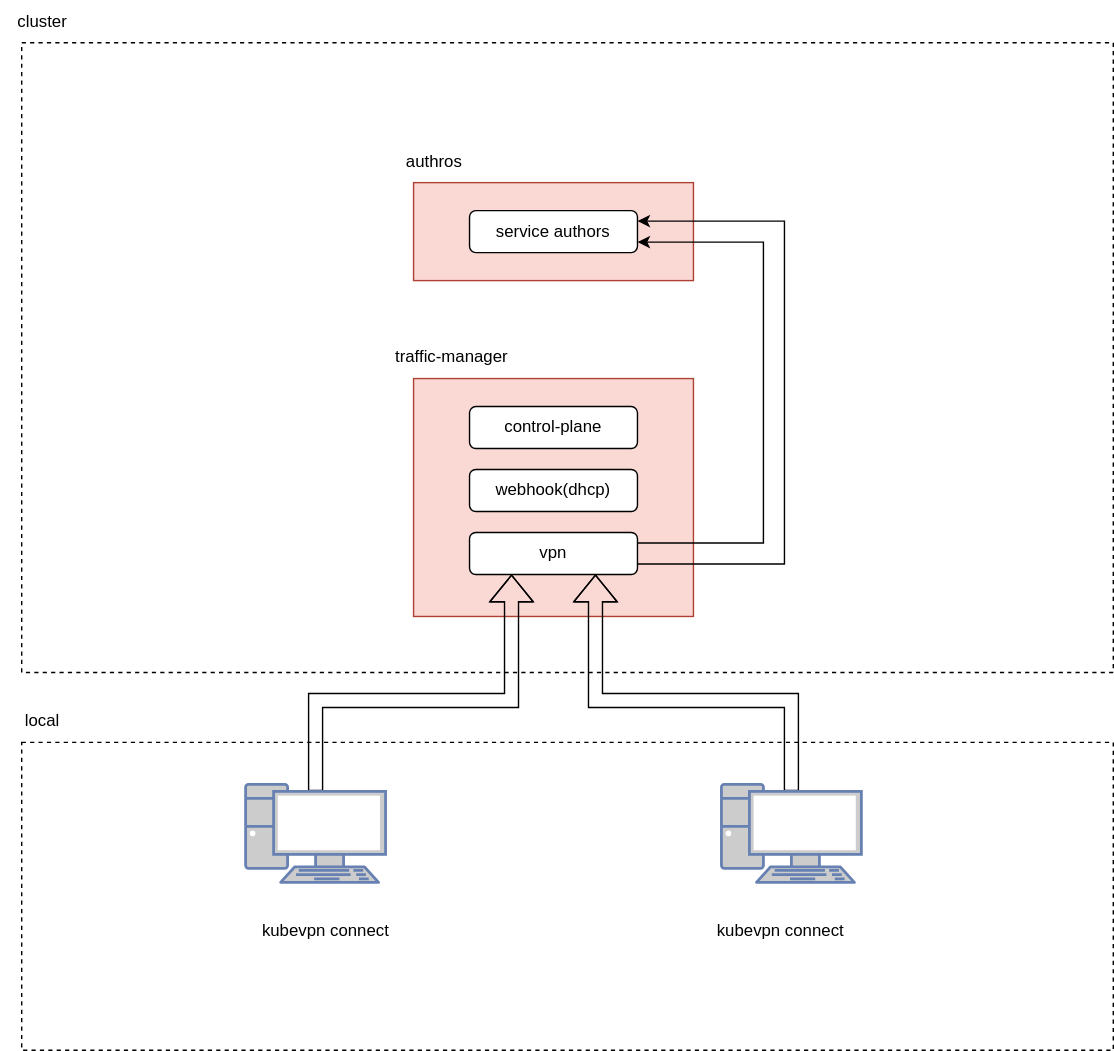
kubenetworks/kubenetworks.github.io keeps this draw.io diagram as docs/architecture/connect.svg. Above is the earlier version. Source tidied: cells renumbered, new cells last; positions are measured from the earlier drawing's top-left corner, leaving out a move shared by most shapes.
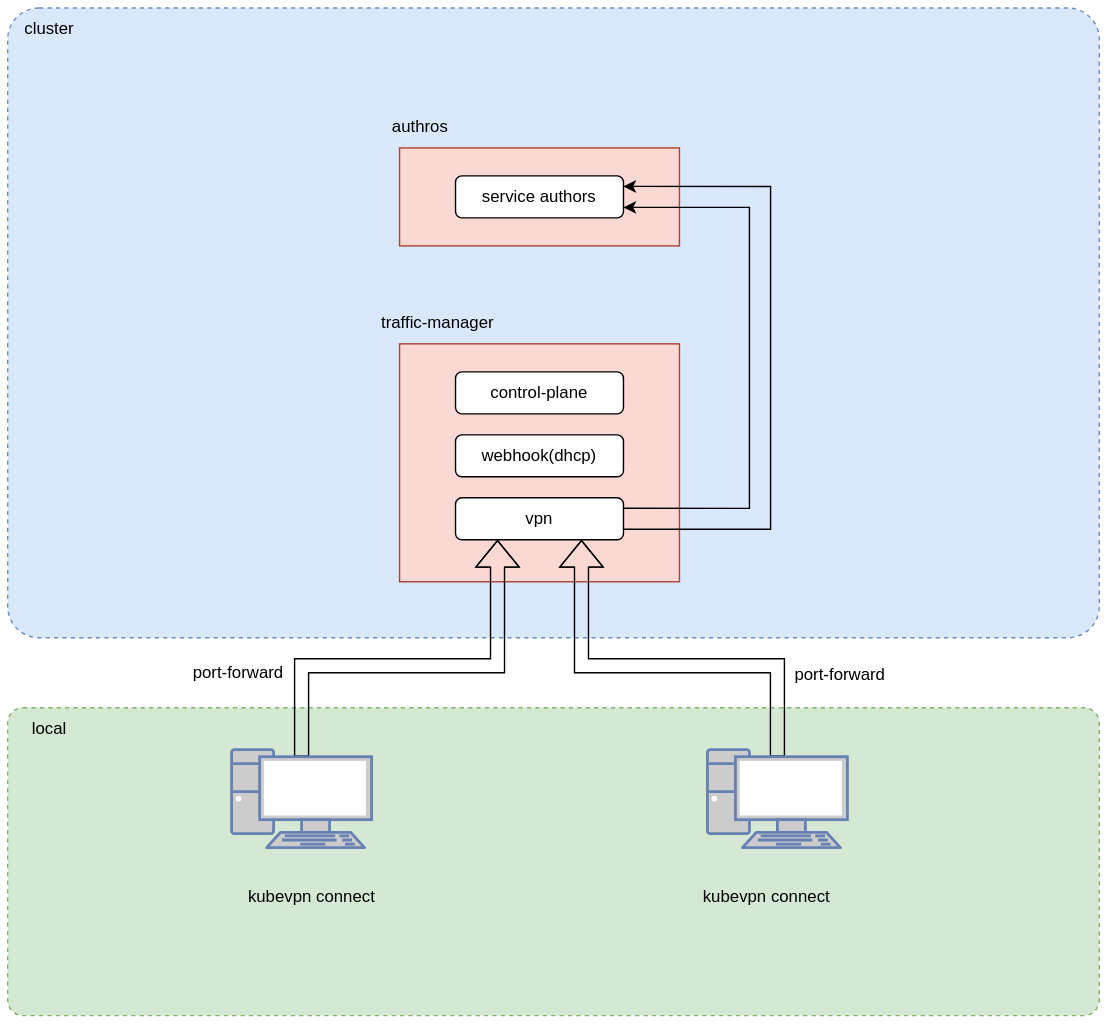
Later version of the same file.

Diff of the diagram source:
```diff
@@ -2,10 +2,10 @@
   <root>
     <mxCell id="0" />
     <mxCell id="1" parent="0" />
-    <mxCell id="2" style="rounded=0;whiteSpace=wrap;html=1;dashed=1;" parent="1" vertex="1">
+    <mxCell id="2" style="rounded=1;whiteSpace=wrap;html=1;dashed=1;fillColor=#d5e8d4;strokeColor=#82b366;arcSize=5;" parent="1" vertex="1">
       <mxGeometry x="15" y="530" width="780" height="220" as="geometry" />
     </mxCell>
-    <mxCell id="3" style="rounded=0;whiteSpace=wrap;html=1;dashed=1;" parent="1" vertex="1">
+    <mxCell id="3" style="rounded=1;whiteSpace=wrap;html=1;dashed=1;fillColor=#dae8fc;strokeColor=#6c8ebf;arcSize=5;" parent="1" vertex="1">
       <mxGeometry x="15" y="30" width="780" height="450" as="geometry" />
     </mxCell>
     <mxCell id="4" style="rounded=0;whiteSpace=wrap;html=1;fillColor=#fad9d5;strokeColor=#ae4132;" parent="1" vertex="1">
@@ -77,10 +77,16 @@
       <mxGeometry x="275" y="100" width="70" height="30" as="geometry" />
     </mxCell>
     <mxCell id="20" value="cluster" style="text;html=1;align=center;verticalAlign=middle;whiteSpace=wrap;rounded=0;" parent="1" vertex="1">
-      <mxGeometry width="60" height="30" as="geometry" />
+      <mxGeometry x="15" y="30" width="60" height="30" as="geometry" />
     </mxCell>
     <mxCell id="21" value="local" style="text;html=1;align=center;verticalAlign=middle;whiteSpace=wrap;rounded=0;" parent="1" vertex="1">
-      <mxGeometry y="500" width="60" height="30" as="geometry" />
+      <mxGeometry x="15" y="530" width="60" height="30" as="geometry" />
     </mxCell>
+    <mxCell id="22" value="port-forward" style="text;html=1;align=center;verticalAlign=middle;whiteSpace=wrap;rounded=0;" parent="1" vertex="1">
+      <mxGeometry x="570" y="492" width="80" height="30" as="geometry" />
+    </mxCell>
+    <mxCell id="23" value="port-forward" style="text;html=1;align=center;verticalAlign=middle;whiteSpace=wrap;rounded=0;" parent="1" vertex="1">
+      <mxGeometry x="140" y="490" width="80" height="30" as="geometry" />
+    </mxCell>
   </root>
 </mxGraphModel>
```
